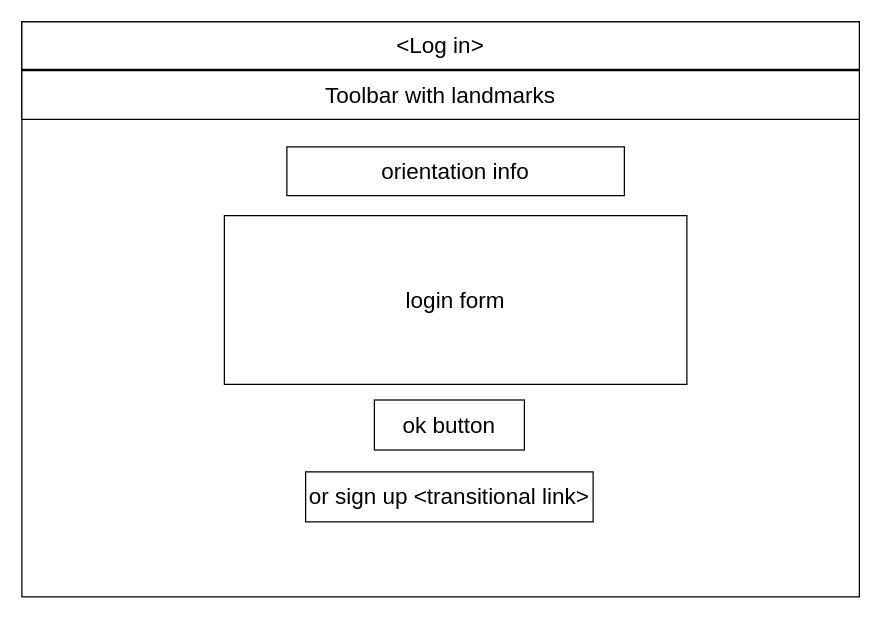
Earlier version of the draw.io diagram other/documentation/frontend/DRAW IO desing/login.drawio (LeonardoPanizzo/hypermedia2019). Source tidied: cells renumbered, new cells numbered last; positions are measured from the earlier drawing's top-left corner, leaving out a move shared by most shapes. Both pictures are drawn from the tidied source at 125%, with x=0, y=0 at pixel (21, 21).
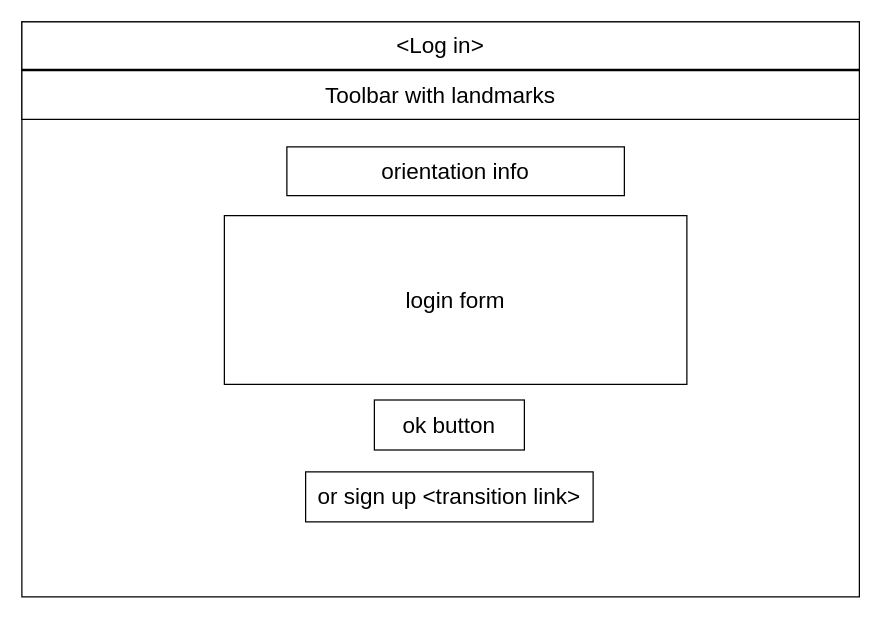
The same page after the edit.

The edit, as a diff of the source:
```diff
@@
 <mxGraphModel>
   <root>
     <mxCell id="0" />
     <mxCell id="1" parent="0" />
     <mxCell id="2" style="rounded=0;whiteSpace=wrap;html=1;" parent="1" vertex="1">
       <mxGeometry width="670" height="460" as="geometry" />
     </mxCell>
     <mxCell id="3" value="&amp;lt;Log in&amp;gt;" style="rounded=0;whiteSpace=wrap;html=1;fontSize=18;" parent="1" vertex="1">
       <mxGeometry width="670" height="38" as="geometry" />
     </mxCell>
     <mxCell id="4" value="Toolbar with landmarks" style="rounded=0;whiteSpace=wrap;html=1;fontSize=18;" parent="1" vertex="1">
       <mxGeometry y="39" width="670" height="39" as="geometry" />
     </mxCell>
     <mxCell id="5" value="login form" style="rounded=0;whiteSpace=wrap;html=1;fontSize=18;" parent="1" vertex="1">
       <mxGeometry x="162" y="155" width="370" height="135" as="geometry" />
     </mxCell>
     <mxCell id="6" value="orientation info" style="rounded=0;whiteSpace=wrap;html=1;fontSize=18;" parent="1" vertex="1">
       <mxGeometry x="212" y="100" width="270" height="39" as="geometry" />
     </mxCell>
     <mxCell id="7" value="ok button" style="rounded=0;whiteSpace=wrap;html=1;fontSize=18;" parent="1" vertex="1">
       <mxGeometry x="282" y="302.5" width="120" height="40" as="geometry" />
     </mxCell>
-    <mxCell id="8" value="or sign up &amp;lt;transitional link&amp;gt;" style="rounded=0;whiteSpace=wrap;html=1;fontSize=18;" parent="1" vertex="1">
+    <mxCell id="8" value="or sign up &amp;lt;transition link&amp;gt;" style="rounded=0;whiteSpace=wrap;html=1;fontSize=18;" parent="1" vertex="1">
       <mxGeometry x="227" y="360" width="230" height="40" as="geometry" />
     </mxCell>
   </root>
 </mxGraphModel>
```
